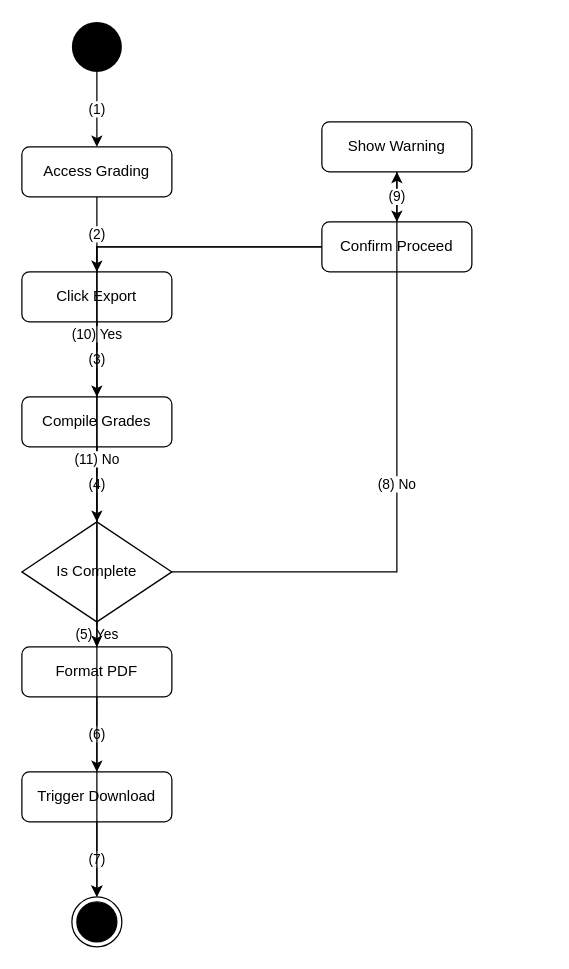
This is activity_flow/uc34_activity_flow.drawio from kingDlight/UEIMS_Project, a draw.io file, before an edit. Source tidied: cells renumbered, new cells numbered last; positions are measured from the earlier drawing's top-left corner, leaving out a move shared by most shapes. Both pictures are drawn from the tidied source at 125%, with x=0, y=0 at pixel (21, 21).
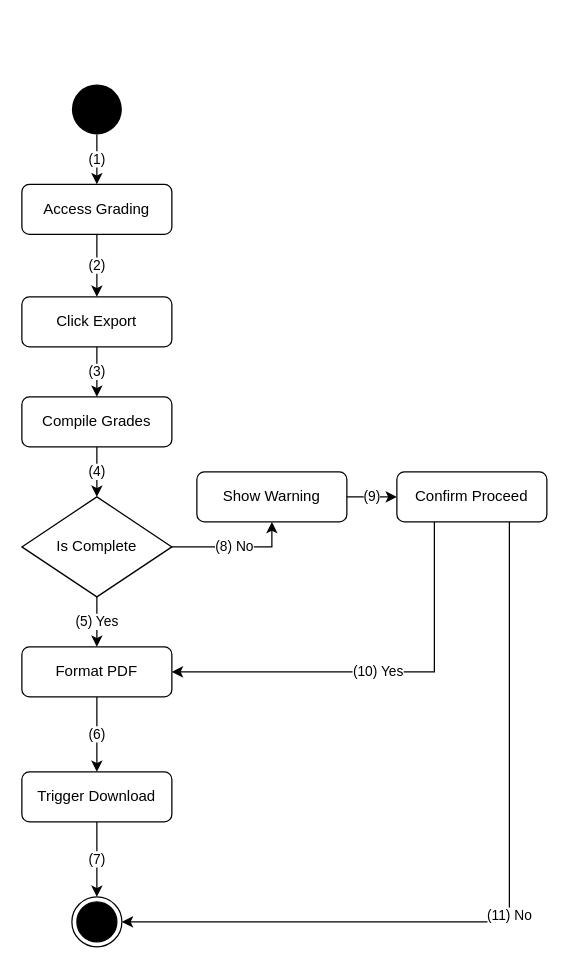
After the change.

Unchanged cells that the change refers to:
```xml
<mxCell id="7" value="Format PDF" style="rounded=1;whiteSpace=wrap;html=1;" parent="1" vertex="1">
  <mxGeometry y="500" width="120" height="40" as="geometry" />
</mxCell>
<mxCell id="9" style="ellipse;html=1;shape=endState;fillColor=#000000;strokeColor=#000000;" parent="1" vertex="1">
  <mxGeometry x="40" y="700" width="40" height="40" as="geometry" />
</mxCell>
```

What changed in the source:
```diff
@@
     <mxCell id="2" style="ellipse;whiteSpace=wrap;html=1;fillColor=#000000;strokeColor=none;" parent="1" vertex="1">
-      <mxGeometry x="40" width="40" height="40" as="geometry" />
+      <mxGeometry x="40" y="50" width="40" height="40" as="geometry" />
     </mxCell>
     <mxCell id="3" value="Access Grading" style="rounded=1;whiteSpace=wrap;html=1;" parent="1" vertex="1">
-      <mxGeometry y="100" width="120" height="40" as="geometry" />
+      <mxGeometry y="130" width="120" height="40" as="geometry" />
     </mxCell>
     <mxCell id="4" value="Click Export" style="rounded=1;whiteSpace=wrap;html=1;" parent="1" vertex="1">
-      <mxGeometry y="200" width="120" height="40" as="geometry" />
+      <mxGeometry y="220" width="120" height="40" as="geometry" />
     </mxCell>
@@
     <mxCell id="6" value="Is Complete" style="rhombus;whiteSpace=wrap;html=1;" parent="1" vertex="1">
-      <mxGeometry y="400" width="120" height="80" as="geometry" />
+      <mxGeometry y="380" width="120" height="80" as="geometry" />
     </mxCell>
@@
     <mxCell id="10" value="Show Warning" style="rounded=1;whiteSpace=wrap;html=1;" parent="1" vertex="1">
-      <mxGeometry x="240" y="80" width="120" height="40" as="geometry" />
+      <mxGeometry x="140" y="360" width="120" height="40" as="geometry" />
     </mxCell>
     <mxCell id="11" value="Confirm Proceed" style="rounded=1;whiteSpace=wrap;html=1;" parent="1" vertex="1">
-      <mxGeometry x="240" y="160" width="120" height="40" as="geometry" />
+      <mxGeometry x="300" y="360" width="120" height="40" as="geometry" />
     </mxCell>
@@
-    <mxCell id="19" value="(8) No" style="edgeStyle=orthogonalEdgeStyle;rounded=0;html=1;exitX=1;exitY=0.5;entryX=0.5;entryY=1;" parent="1" edge="1" source="6" target="10">
+    <mxCell id="19" value="(8) No" style="edgeStyle=orthogonalEdgeStyle;rounded=0;html=1;exitX=1;exitY=0.5;entryX=0.5;entryY=1;entryDx=0;entryDy=0;" parent="1" edge="1" source="6" target="10">
       <mxGeometry relative="1" as="geometry" />
     </mxCell>
-    <mxCell id="20" value="(9)" style="edgeStyle=orthogonalEdgeStyle;rounded=0;html=1;exitX=0.5;exitY=1;entryX=0.5;entryY=0;" parent="1" edge="1" source="10" target="11">
+    <mxCell id="20" value="(9)" style="edgeStyle=orthogonalEdgeStyle;rounded=0;html=1;exitX=1;exitY=0.5;entryX=0;entryY=0.5;entryDx=0;entryDy=0;exitDx=0;exitDy=0;" parent="1" edge="1" source="10" target="11">
       <mxGeometry relative="1" as="geometry" />
     </mxCell>
-    <mxCell id="21" value="(10) Yes" style="edgeStyle=orthogonalEdgeStyle;rounded=0;html=1;exitX=0;exitY=0.5;entryX=0.5;entryY=0;" parent="1" edge="1" source="11" target="7">
+    <mxCell id="21" value="(10) Yes" style="edgeStyle=orthogonalEdgeStyle;rounded=0;html=1;exitX=0.25;exitY=1;entryX=1;entryY=0.5;entryDx=0;entryDy=0;exitDx=0;exitDy=0;" parent="1" edge="1" source="11" target="7">
       <mxGeometry relative="1" as="geometry" />
     </mxCell>
-    <mxCell id="22" value="(11) No" style="edgeStyle=orthogonalEdgeStyle;rounded=0;html=1;exitX=0;exitY=0.5;entryX=0.5;entryY=0;" parent="1" edge="1" source="11" target="9">
+    <mxCell id="22" value="(11) No" style="edgeStyle=orthogonalEdgeStyle;rounded=0;html=1;exitX=0.75;exitY=1;entryX=1;entryY=0.5;entryDx=0;entryDy=0;exitDx=0;exitDy=0;" parent="1" edge="1" source="11" target="9">
       <mxGeometry relative="1" as="geometry" />
     </mxCell>
```
